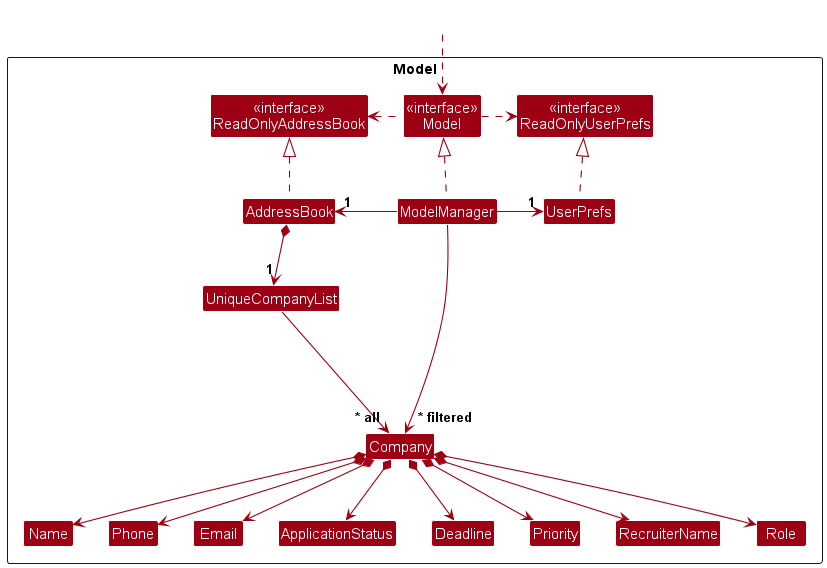
Earlier version of the PlantUML export docs/images/ModelClassDiagram.png (tayruxin/tp).
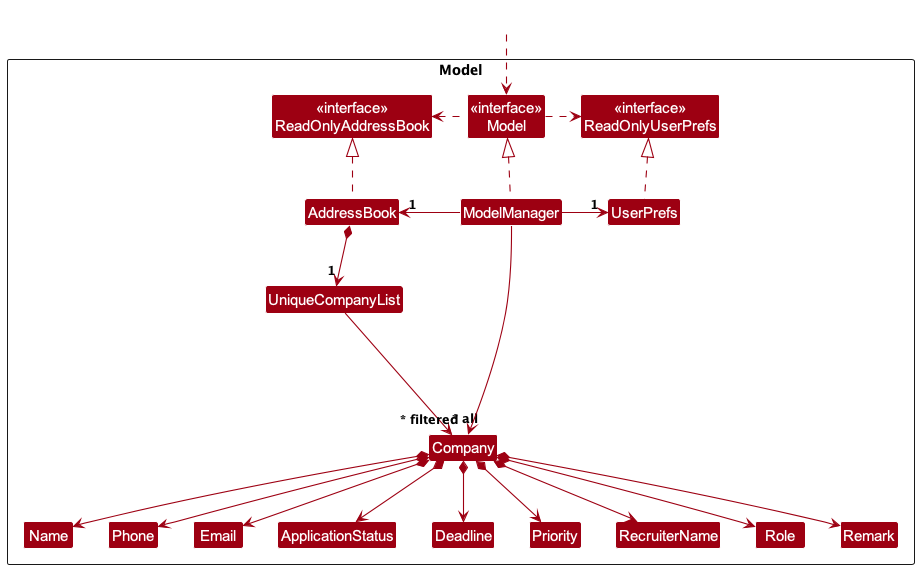
Above is the later version.

Diff of the diagram source:
```diff
@@ -23,6 +23,7 @@
 Class RecruiterName
 Class Role
 Class Priority
+Class Remark
 
 Class I #FFFFFF
 }
@@ -49,6 +50,7 @@
 Company *--> RecruiterName
 Company *--> Role
 Company *--> Priority
+Company *--> Remark
 
 Company -[hidden]up--> I
 UniqueCompanyList -[hidden]right-> I
```
